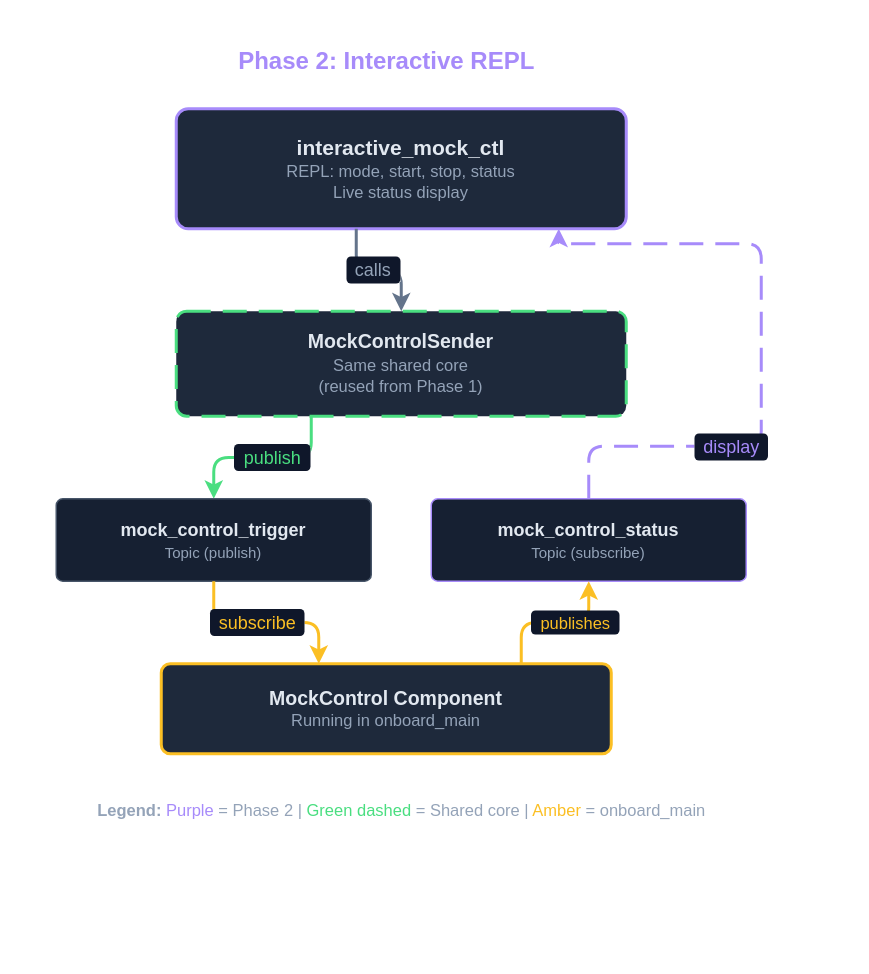
The draw.io diagram mock-control-cli/phase2.drawio in terry-zhangty/design-docs, before the edit. Source tidied: cells renumbered, new cells numbered last; positions are measured from the earlier drawing's top-left corner, leaving out a move shared by most shapes. Both pictures are drawn from the tidied source at 150%, with x=0, y=0 at pixel (40, 33).
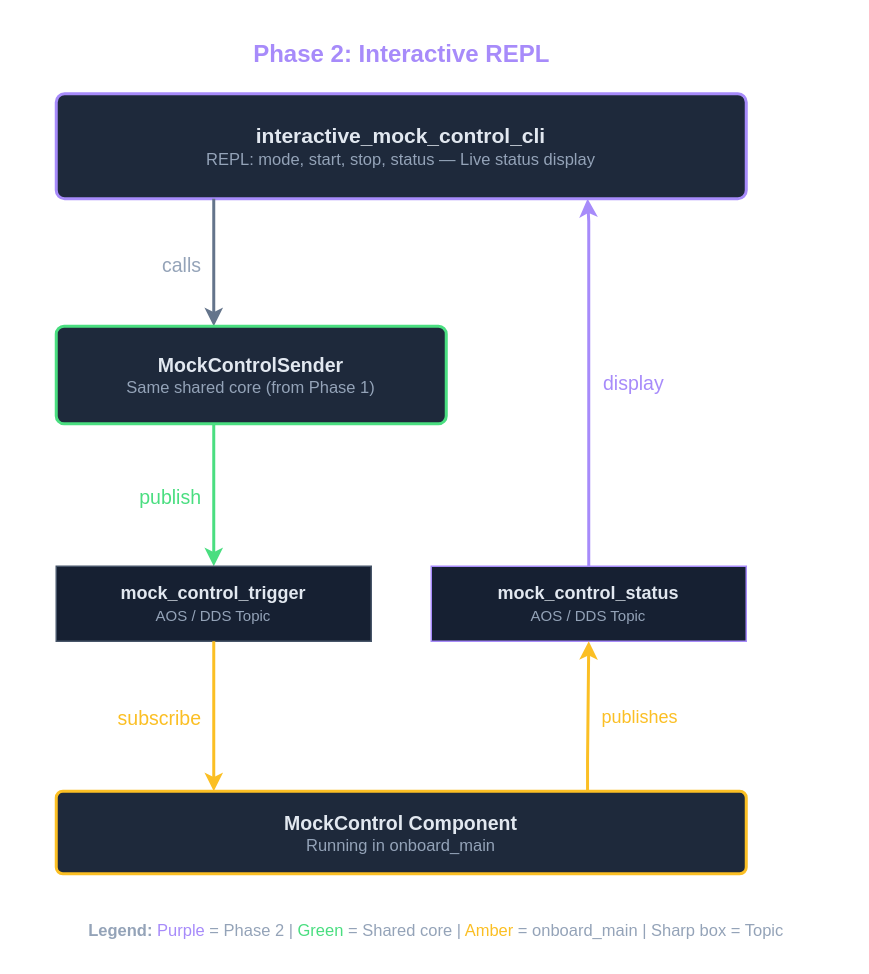
The same diagram, later.

Commit message (it also covers changes not shown here):
Refine diagram visuals: labels, borders, naming, and topic differentiation

What changed in the source:
```diff
@@
     <mxCell id="2" value="&lt;b style=&quot;font-size:16px&quot;&gt;Phase 2: Interactive REPL&lt;/b&gt;" style="text;html=1;strokeColor=none;fillColor=none;align=center;verticalAlign=middle;fontColor=#a78bfa;" parent="1" vertex="1">
-      <mxGeometry x="40" width="380" height="35" as="geometry" />
+      <mxGeometry x="40" y="-5" width="400" height="35" as="geometry" />
     </mxCell>
-    <mxCell id="3" value="&lt;b style=&quot;font-size:14px&quot;&gt;interactive_mock_ctl&lt;/b&gt;&lt;br&gt;&lt;span style=&quot;font-size:11px;color:#94a3b8&quot;&gt;REPL: mode, start, stop, status&lt;br&gt;Live status display&lt;/span&gt;" style="rounded=1;whiteSpace=wrap;html=1;fillColor=#1e293b;strokeColor=#a78bfa;strokeWidth=2;fontColor=#e2e8f0;arcSize=10;" parent="1" vertex="1">
-      <mxGeometry x="90" y="50" width="300" height="80" as="geometry" />
+    <mxCell id="3" value="&lt;b style=&quot;font-size:14px&quot;&gt;interactive_mock_control_cli&lt;/b&gt;&lt;br&gt;&lt;span style=&quot;font-size:11px;color:#94a3b8&quot;&gt;REPL: mode, start, stop, status — Live status display&lt;/span&gt;" style="rounded=1;whiteSpace=wrap;html=1;fillColor=#1e293b;strokeColor=#a78bfa;strokeWidth=2;fontColor=#e2e8f0;arcSize=8;" parent="1" vertex="1">
+      <mxGeometry x="10" y="40" width="460" height="70" as="geometry" />
     </mxCell>
-    <mxCell id="4" style="edgeStyle=orthogonalEdgeStyle;rounded=1;html=1;strokeColor=#64748b;strokeWidth=2;exitX=0.4;exitY=1;entryX=0.5;entryY=0;endArrow=classic;endFill=1;" parent="1" edge="1" source="3" target="6">
-      <mxGeometry relative="1" as="geometry" />
+    <mxCell id="4" style="edgeStyle=orthogonalEdgeStyle;rounded=1;html=1;strokeColor=#64748b;strokeWidth=2;endArrow=classic;endFill=1;labelBackgroundColor=none;" parent="1" edge="1" source="3" target="6">
+      <mxGeometry relative="1" as="geometry">
+        <Array as="points">
+          <mxPoint x="115" y="120" />
+          <mxPoint x="115" y="185" />
+        </Array>
+      </mxGeometry>
     </mxCell>
-    <mxCell id="5" value="&lt;span style=&quot;font-size:12px;color:#94a3b8;background:#0f172a;padding:2px 6px;border-radius:3px&quot;&gt;calls&lt;/span&gt;" style="edgeLabel;html=1;align=center;verticalAlign=middle;" parent="4" vertex="1">
-      <mxGeometry x="-0.1" relative="1" as="geometry" />
+    <mxCell id="5" value="&lt;span style=&quot;font-size:13px;color:#94a3b8&quot;&gt;calls&lt;/span&gt;" style="edgeLabel;html=1;align=right;verticalAlign=middle;labelBackgroundColor=none;" parent="4" vertex="1">
+      <mxGeometry relative="1" as="geometry">
+        <mxPoint x="-8" as="offset" />
+      </mxGeometry>
     </mxCell>
-    <mxCell id="6" value="&lt;b style=&quot;font-size:13px&quot;&gt;MockControlSender&lt;/b&gt;&lt;br&gt;&lt;span style=&quot;font-size:11px;color:#94a3b8&quot;&gt;Same shared core&lt;br&gt;(reused from Phase 1)&lt;/span&gt;" style="rounded=1;whiteSpace=wrap;html=1;fillColor=#1e293b;strokeColor=#4ade80;strokeWidth=2;fontColor=#e2e8f0;arcSize=10;dashed=1;dashPattern=8 4;" parent="1" vertex="1">
-      <mxGeometry x="90" y="185" width="300" height="70" as="geometry" />
+    <mxCell id="6" value="&lt;b style=&quot;font-size:13px&quot;&gt;MockControlSender&lt;/b&gt;&lt;br&gt;&lt;span style=&quot;font-size:11px;color:#94a3b8&quot;&gt;Same shared core (from Phase 1)&lt;/span&gt;" style="rounded=1;whiteSpace=wrap;html=1;fillColor=#1e293b;strokeColor=#4ade80;strokeWidth=2;fontColor=#e2e8f0;arcSize=8;" parent="1" vertex="1">
+      <mxGeometry x="10" y="195" width="260" height="65" as="geometry" />
     </mxCell>
-    <mxCell id="7" style="edgeStyle=orthogonalEdgeStyle;rounded=1;html=1;strokeColor=#4ade80;strokeWidth=2;exitX=0.3;exitY=1;entryX=0.5;entryY=0;endArrow=classic;endFill=1;" parent="1" edge="1" source="6" target="9">
-      <mxGeometry relative="1" as="geometry" />
+    <mxCell id="7" style="edgeStyle=orthogonalEdgeStyle;rounded=1;html=1;strokeColor=#4ade80;strokeWidth=2;endArrow=classic;endFill=1;labelBackgroundColor=none;" parent="1" edge="1" source="6" target="9">
+      <mxGeometry relative="1" as="geometry">
+        <Array as="points">
+          <mxPoint x="115" y="270" />
+          <mxPoint x="115" y="345" />
+        </Array>
+      </mxGeometry>
     </mxCell>
-    <mxCell id="8" value="&lt;span style=&quot;font-size:12px;color:#4ade80;background:#0f172a;padding:2px 6px;border-radius:3px&quot;&gt;publish&lt;/span&gt;" style="edgeLabel;html=1;align=center;verticalAlign=middle;" parent="7" vertex="1">
-      <mxGeometry x="-0.1" relative="1" as="geometry" />
+    <mxCell id="8" value="&lt;span style=&quot;font-size:13px;color:#4ade80&quot;&gt;publish&lt;/span&gt;" style="edgeLabel;html=1;align=right;verticalAlign=middle;labelBackgroundColor=none;" parent="7" vertex="1">
+      <mxGeometry relative="1" as="geometry">
+        <mxPoint x="-8" as="offset" />
+      </mxGeometry>
     </mxCell>
-    <mxCell id="9" value="&lt;b style=&quot;font-size:12px&quot;&gt;mock_control_trigger&lt;/b&gt;&lt;br&gt;&lt;span style=&quot;font-size:10px;color:#94a3b8&quot;&gt;Topic (publish)&lt;/span&gt;" style="rounded=1;whiteSpace=wrap;html=1;fillColor=#162032;strokeColor=#475569;strokeWidth=1;fontColor=#e2e8f0;arcSize=8;" parent="1" vertex="1">
-      <mxGeometry x="10" y="310" width="210" height="55" as="geometry" />
+    <mxCell id="9" value="&lt;b style=&quot;font-size:12px&quot;&gt;mock_control_trigger&lt;/b&gt;&lt;br&gt;&lt;span style=&quot;font-size:10px;color:#94a3b8&quot;&gt;AOS / DDS Topic&lt;/span&gt;" style="rounded=0;whiteSpace=wrap;html=1;fillColor=#162032;strokeColor=#475569;strokeWidth=1;fontColor=#e2e8f0;" parent="1" vertex="1">
+      <mxGeometry x="10" y="355" width="210" height="50" as="geometry" />
     </mxCell>
-    <mxCell id="10" value="&lt;b style=&quot;font-size:12px&quot;&gt;mock_control_status&lt;/b&gt;&lt;br&gt;&lt;span style=&quot;font-size:10px;color:#94a3b8&quot;&gt;Topic (subscribe)&lt;/span&gt;" style="rounded=1;whiteSpace=wrap;html=1;fillColor=#162032;strokeColor=#a78bfa;strokeWidth=1;fontColor=#e2e8f0;arcSize=8;" parent="1" vertex="1">
-      <mxGeometry x="260" y="310" width="210" height="55" as="geometry" />
+    <mxCell id="10" value="&lt;b style=&quot;font-size:12px&quot;&gt;mock_control_status&lt;/b&gt;&lt;br&gt;&lt;span style=&quot;font-size:10px;color:#94a3b8&quot;&gt;AOS / DDS Topic&lt;/span&gt;" style="rounded=0;whiteSpace=wrap;html=1;fillColor=#162032;strokeColor=#a78bfa;strokeWidth=1;fontColor=#e2e8f0;" parent="1" vertex="1">
+      <mxGeometry x="260" y="355" width="210" height="50" as="geometry" />
     </mxCell>
-    <mxCell id="11" style="edgeStyle=orthogonalEdgeStyle;rounded=1;html=1;strokeColor=#fbbf24;strokeWidth=2;exitX=0.5;exitY=1;entryX=0.35;entryY=0;endArrow=classic;endFill=1;" parent="1" edge="1" source="9" target="13">
-      <mxGeometry relative="1" as="geometry" />
+    <mxCell id="11" style="edgeStyle=orthogonalEdgeStyle;rounded=1;html=1;strokeColor=#fbbf24;strokeWidth=2;endArrow=classic;endFill=1;labelBackgroundColor=none;" parent="1" edge="1" source="9" target="13">
+      <mxGeometry relative="1" as="geometry">
+        <Array as="points">
+          <mxPoint x="115" y="415" />
+          <mxPoint x="115" y="495" />
+        </Array>
+      </mxGeometry>
     </mxCell>
-    <mxCell id="12" value="&lt;span style=&quot;font-size:12px;color:#fbbf24;background:#0f172a;padding:2px 6px;border-radius:3px&quot;&gt;subscribe&lt;/span&gt;" style="edgeLabel;html=1;align=center;verticalAlign=middle;" parent="11" vertex="1">
-      <mxGeometry x="-0.1" relative="1" as="geometry" />
+    <mxCell id="12" value="&lt;span style=&quot;font-size:13px;color:#fbbf24&quot;&gt;subscribe&lt;/span&gt;" style="edgeLabel;html=1;align=right;verticalAlign=middle;labelBackgroundColor=none;" parent="11" vertex="1">
+      <mxGeometry relative="1" as="geometry">
+        <mxPoint x="-8" as="offset" />
+      </mxGeometry>
     </mxCell>
-    <mxCell id="13" value="&lt;b style=&quot;font-size:13px&quot;&gt;MockControl Component&lt;/b&gt;&lt;br&gt;&lt;span style=&quot;font-size:11px;color:#94a3b8&quot;&gt;Running in onboard_main&lt;/span&gt;" style="rounded=1;whiteSpace=wrap;html=1;fillColor=#1e293b;strokeColor=#fbbf24;strokeWidth=2;fontColor=#e2e8f0;arcSize=10;" parent="1" vertex="1">
-      <mxGeometry x="80" y="420" width="300" height="60" as="geometry" />
+    <mxCell id="13" value="&lt;b style=&quot;font-size:13px&quot;&gt;MockControl Component&lt;/b&gt;&lt;br&gt;&lt;span style=&quot;font-size:11px;color:#94a3b8&quot;&gt;Running in onboard_main&lt;/span&gt;" style="rounded=1;whiteSpace=wrap;html=1;fillColor=#1e293b;strokeColor=#fbbf24;strokeWidth=2;fontColor=#e2e8f0;arcSize=8;" parent="1" vertex="1">
+      <mxGeometry x="10" y="505" width="460" height="55" as="geometry" />
     </mxCell>
-    <mxCell id="14" style="edgeStyle=orthogonalEdgeStyle;rounded=1;html=1;strokeColor=#fbbf24;strokeWidth=2;exitX=0.8;exitY=0;entryX=0.5;entryY=1;endArrow=classic;endFill=1;" parent="1" edge="1" source="13" target="10">
-      <mxGeometry relative="1" as="geometry" />
+    <mxCell id="14" style="edgeStyle=orthogonalEdgeStyle;rounded=0;html=1;strokeColor=#fbbf24;strokeWidth=2;endArrow=classic;endFill=1;labelBackgroundColor=none;exitX=0.77;exitY=0;exitDx=0;exitDy=0;entryX=0.5;entryY=1;entryDx=0;entryDy=0;" parent="1" edge="1" source="13" target="10">
+      <mxGeometry relative="1" as="geometry">
+        <Array as="points">
+          <mxPoint x="365" y="485" />
+          <mxPoint x="365" y="415" />
+        </Array>
+      </mxGeometry>
     </mxCell>
-    <mxCell id="15" value="&lt;span style=&quot;font-size:11px;color:#fbbf24;background:#0f172a;padding:2px 6px;border-radius:3px&quot;&gt;publishes&lt;/span&gt;" style="edgeLabel;html=1;align=center;verticalAlign=middle;" parent="14" vertex="1">
-      <mxGeometry x="0.25" relative="1" as="geometry" />
+    <mxCell id="15" value="&lt;span style=&quot;font-size:12px;color:#fbbf24&quot;&gt;publishes&lt;/span&gt;" style="edgeLabel;html=1;align=left;verticalAlign=middle;labelBackgroundColor=none;" parent="14" vertex="1">
+      <mxGeometry relative="1" as="geometry">
+        <mxPoint x="8" as="offset" />
+      </mxGeometry>
     </mxCell>
-    <mxCell id="16" style="edgeStyle=orthogonalEdgeStyle;rounded=1;html=1;strokeColor=#a78bfa;strokeWidth=2;exitX=0.5;exitY=0;entryX=0.85;entryY=1;endArrow=classic;endFill=1;dashed=1;dashPattern=8 4;" parent="1" edge="1" source="10" target="3">
+    <mxCell id="16" style="edgeStyle=orthogonalEdgeStyle;rounded=0;html=1;strokeColor=#a78bfa;strokeWidth=2;exitX=0.5;exitY=0;exitDx=0;exitDy=0;entryX=0.77;entryY=1;entryDx=0;entryDy=0;endArrow=classic;endFill=1;labelBackgroundColor=none;" parent="1" edge="1" source="10" target="3">
       <mxGeometry relative="1" as="geometry">
         <Array as="points">
-          <mxPoint x="365" y="275" />
-          <mxPoint x="480" y="275" />
-          <mxPoint x="480" y="140" />
-          <mxPoint x="345" y="140" />
+          <mxPoint x="365" y="125" />
+          <mxPoint x="364" y="125" />
         </Array>
       </mxGeometry>
     </mxCell>
-    <mxCell id="17" value="&lt;span style=&quot;font-size:12px;color:#a78bfa;background:#0f172a;padding:2px 6px;border-radius:3px&quot;&gt;display&lt;/span&gt;" style="edgeLabel;html=1;align=center;verticalAlign=middle;" parent="16" vertex="1">
-      <mxGeometry x="-0.4" relative="1" as="geometry" />
+    <mxCell id="17" value="&lt;span style=&quot;font-size:13px;color:#a78bfa&quot;&gt;display&lt;/span&gt;" style="edgeLabel;html=1;align=left;verticalAlign=middle;labelBackgroundColor=none;" parent="16" vertex="1">
+      <mxGeometry relative="1" as="geometry">
+        <mxPoint x="8" as="offset" />
+      </mxGeometry>
     </mxCell>
-    <mxCell id="18" value="&lt;span style=&quot;font-size:11px;color:#94a3b8&quot;&gt;&lt;b&gt;Legend:&lt;/b&gt;  &lt;span style=&quot;color:#a78bfa&quot;&gt;Purple&lt;/span&gt; = Phase 2  |  &lt;span style=&quot;color:#4ade80&quot;&gt;Green dashed&lt;/span&gt; = Shared core  |  &lt;span style=&quot;color:#fbbf24&quot;&gt;Amber&lt;/span&gt; = onboard_main&lt;/span&gt;" style="text;html=1;strokeColor=none;fillColor=none;align=center;verticalAlign=middle;" parent="1" vertex="1">
-      <mxGeometry y="505" width="480" height="25" as="geometry" />
+    <mxCell id="18" value="&lt;span style=&quot;font-size:11px;color:#94a3b8&quot;&gt;&lt;b&gt;Legend:&lt;/b&gt;  &lt;span style=&quot;color:#a78bfa&quot;&gt;Purple&lt;/span&gt; = Phase 2  |  &lt;span style=&quot;color:#4ade80&quot;&gt;Green&lt;/span&gt; = Shared core  |  &lt;span style=&quot;color:#fbbf24&quot;&gt;Amber&lt;/span&gt; = onboard_main  |  Sharp box = Topic&lt;/span&gt;" style="text;html=1;strokeColor=none;fillColor=none;align=center;verticalAlign=middle;" parent="1" vertex="1">
+      <mxGeometry x="-10" y="585" width="545" height="25" as="geometry" />
     </mxCell>
```
